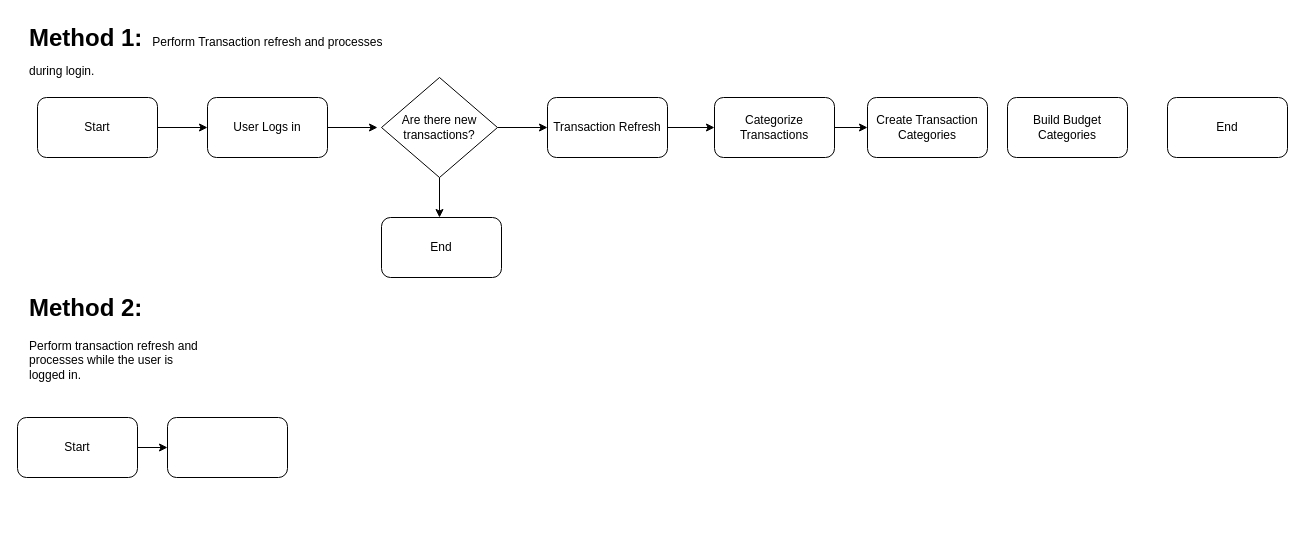
Before: BudgetBuddy Main Flow.drawio in AKing982/BudgetBuddy, a draw.io diagram. Source tidied: cells renumbered, new cells numbered last; positions are measured from the earlier drawing's top-left corner, leaving out a move shared by most shapes. Both pictures are drawn from the tidied source at 100%, with x=0, y=0 at pixel (17, 17).
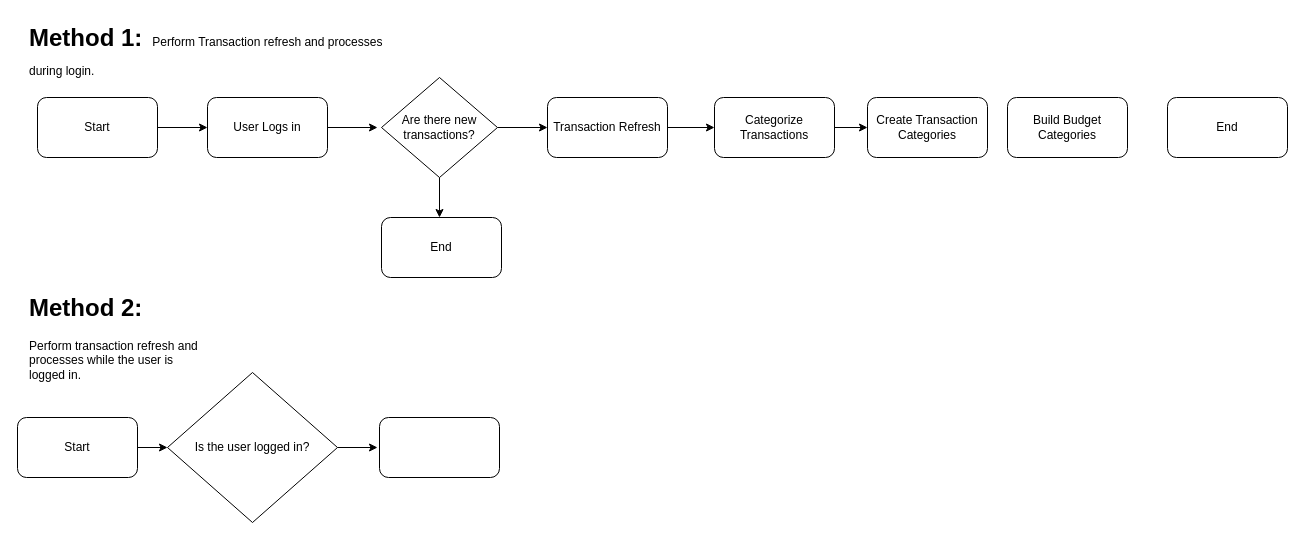
The same page after the edit.

Change to the diagram source:
```diff
@@
-    <mxCell id="21" style="rounded=1;whiteSpace=wrap;html=1;" parent="1" vertex="1">
-      <mxGeometry x="150" y="400" width="120" height="60" as="geometry" />
-    </mxCell>
+    <mxCell id="22" value="Is the user logged in?" style="rhombus;whiteSpace=wrap;html=1;" parent="1" vertex="1">
+      <mxGeometry x="150" y="355" width="170" height="150" as="geometry" />
+    </mxCell>
+    <mxCell id="23" style="endArrow=classic;html=1;rounded=0;exitX=1;exitY=0.5;exitDx=0;exitDy=0;" parent="1" edge="1" source="22">
+      <mxGeometry relative="1" as="geometry">
+        <mxPoint x="360" y="430" as="targetPoint" />
+      </mxGeometry>
+    </mxCell>
+    <mxCell id="24" style="rounded=1;whiteSpace=wrap;html=1;" parent="1" vertex="1">
+      <mxGeometry x="362" y="400" width="120" height="60" as="geometry" />
+    </mxCell>
```
